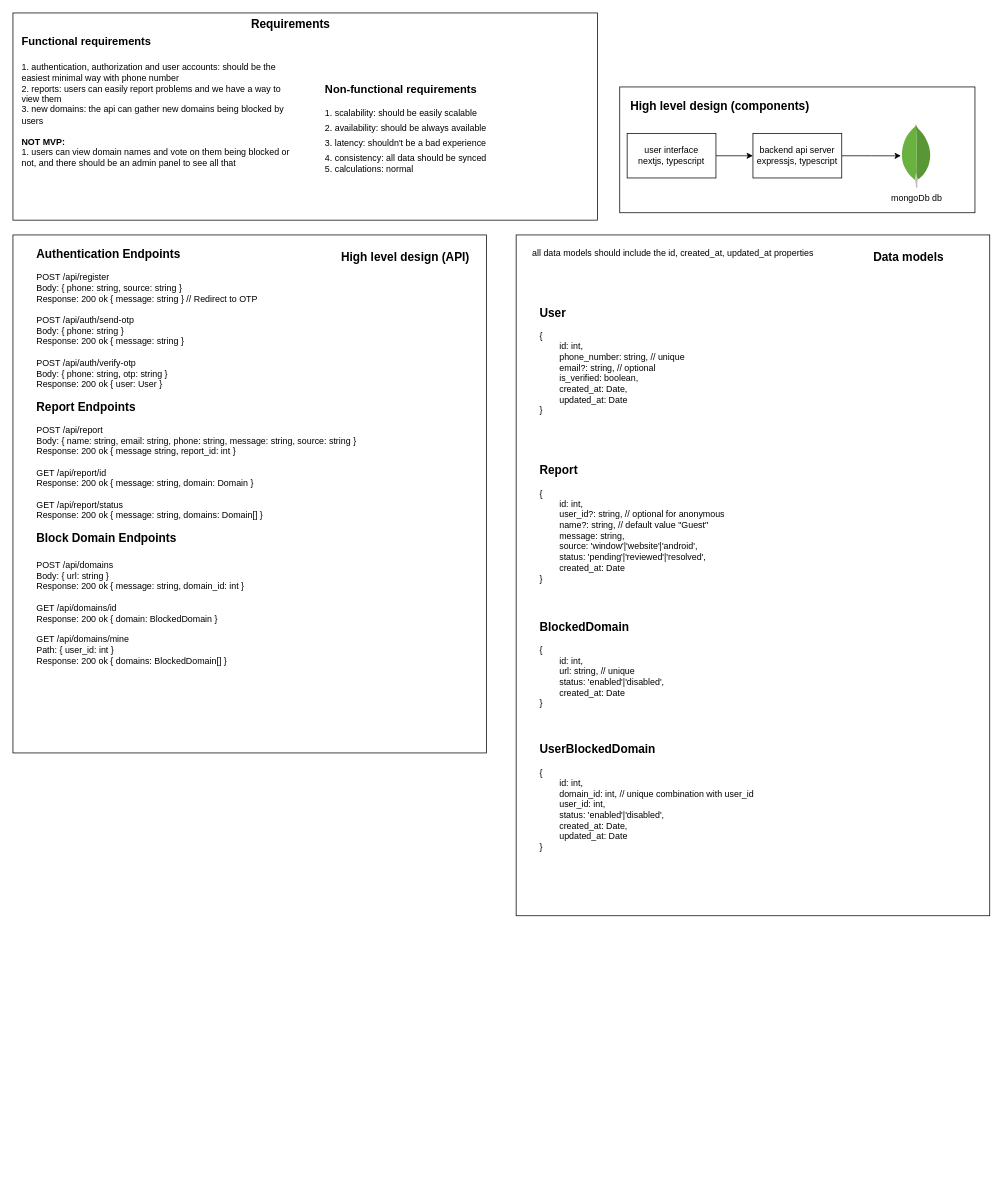
Above: page "high-level" (1 of 2) of ainaa.drawio in ahmed-elbehairy7/mafazaa-system-design (draw.io), before the change. Source tidied: cells renumbered, new cells numbered last; positions are measured from the earlier drawing's top-left corner, leaving out a move shared by most shapes. Both pictures are drawn from the tidied source at 74%, with x=0, y=0 at pixel (13, 13).
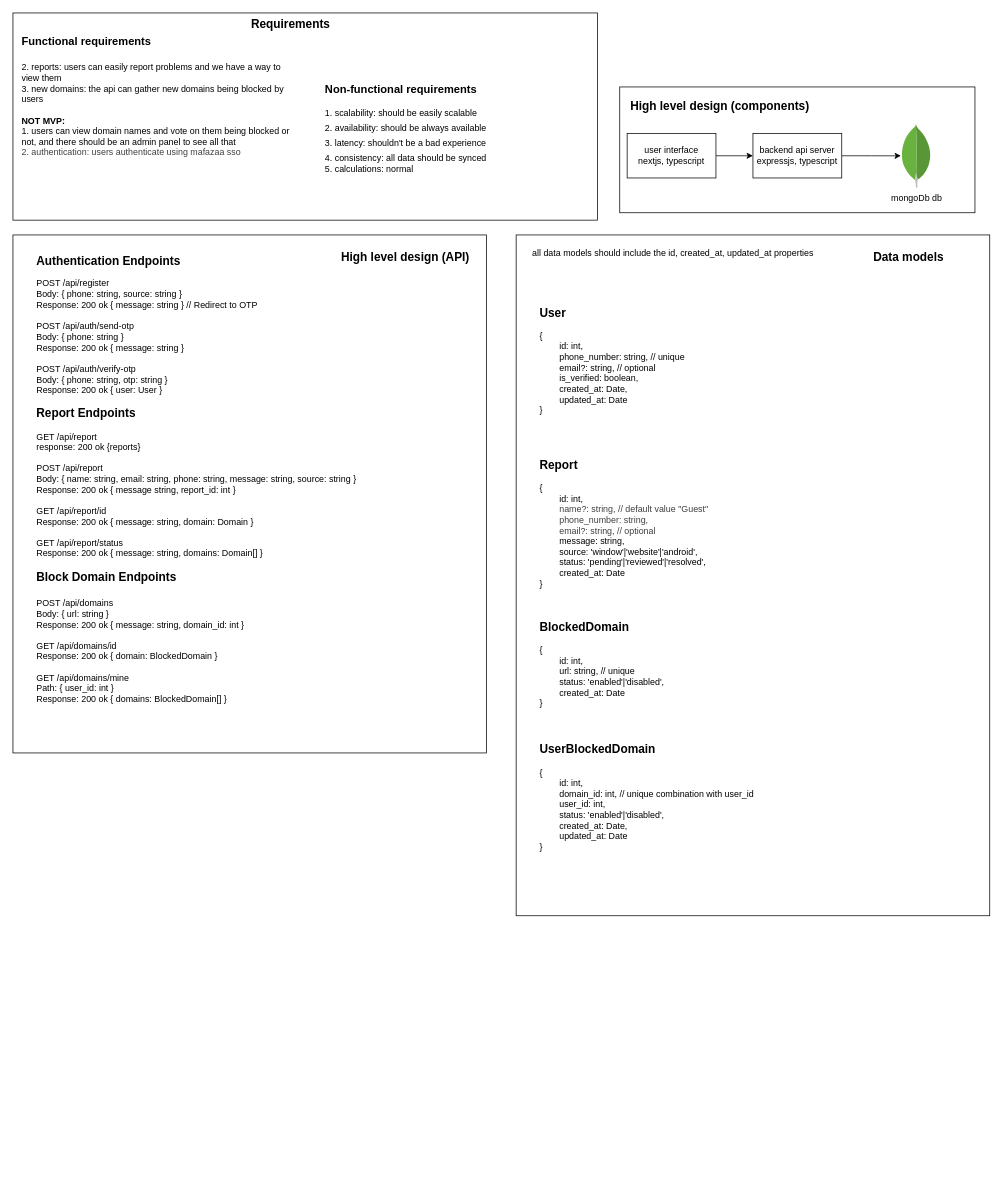
After the change.

The change refers to these unchanged cells:
```xml
<mxCell id="10" style="group;" parent="1" vertex="1">
  <mxGeometry y="300" width="640" height="700" as="geometry" />
</mxCell>
<mxCell id="14" style="group;" parent="1" vertex="1">
  <mxGeometry x="680" y="300" width="640" height="1290" as="geometry" />
</mxCell>
<mxCell id="22" style="group;" parent="1" vertex="1">
  <mxGeometry width="790" height="290" as="geometry" />
</mxCell>
```

The edit, as a diff of the source:
```diff
@@
-    <mxCell id="12" value="&lt;div style=&quot;font-size: 16px;&quot;&gt;&lt;b&gt;Authentication Endpoints&lt;/b&gt;&lt;/div&gt;&lt;div&gt;&lt;br&gt;&lt;/div&gt;&lt;div&gt;POST /api/register&lt;/div&gt;&lt;div&gt;Body: { phone: string, source: string }&lt;/div&gt;&lt;div&gt;Response: 200 ok { message: string }&amp;nbsp;&lt;span style=&quot;background-color: transparent; color: light-dark(rgb(0, 0, 0), rgb(255, 255, 255));&quot;&gt;// Redirect to OTP&lt;/span&gt;&lt;/div&gt;&lt;div&gt;&lt;span style=&quot;background-color: transparent; color: light-dark(rgb(0, 0, 0), rgb(255, 255, 255));&quot;&gt;&lt;br&gt;&lt;/span&gt;&lt;/div&gt;&lt;div&gt;POST /api/auth/send-otp&lt;/div&gt;&lt;div&gt;Body: { phone: string }&lt;/div&gt;&lt;div&gt;Response: 200 ok { message: string }&lt;/div&gt;&lt;div&gt;&lt;br&gt;&lt;/div&gt;&lt;div&gt;POST /api/auth/verify-otp&lt;/div&gt;&lt;div&gt;Body: { phone: string, otp: string }&lt;/div&gt;&lt;div&gt;R&lt;span style=&quot;background-color: transparent;&quot;&gt;esponse: 200 ok { user: User }&lt;/span&gt;&lt;/div&gt;&lt;div&gt;&lt;span style=&quot;background-color: transparent;&quot;&gt;&lt;br&gt;&lt;/span&gt;&lt;/div&gt;&lt;div style=&quot;font-size: 16px;&quot;&gt;&lt;b&gt;Report Endpoints&lt;/b&gt;&lt;/div&gt;&lt;br&gt;&lt;div&gt;POST /api/report&lt;/div&gt;&lt;div&gt;Body: { name: string, email: string, phone: string, message: string, source: string }&lt;/div&gt;&lt;div&gt;&lt;div&gt;Response: 200 ok { message string, report_id: int }&lt;/div&gt;&lt;/div&gt;&lt;div&gt;&lt;br&gt;&lt;/div&gt;&lt;div&gt;GET /api/report/id&lt;/div&gt;&lt;div&gt;&lt;div&gt;Response: 200 ok { message: string, domain: Domain }&lt;/div&gt;&lt;div&gt;&lt;br&gt;&lt;/div&gt;&lt;/div&gt;&lt;div&gt;&lt;div&gt;GET /api/report/status&lt;/div&gt;&lt;div&gt;Response: 200 ok { message: string, domains: Domain[] }&lt;/div&gt;&lt;/div&gt;&lt;div&gt;&lt;br&gt;&lt;/div&gt;&lt;div&gt;&lt;b style=&quot;font-size: 16px;&quot;&gt;Block Domain Endpoints&lt;/b&gt;&lt;/div&gt;&lt;div&gt;&lt;b style=&quot;font-size: 16px;&quot;&gt;&lt;br&gt;&lt;/b&gt;&lt;/div&gt;&lt;div&gt;POST /api/domains&lt;/div&gt;&lt;div&gt;&lt;span style=&quot;background-color: transparent; color: light-dark(rgb(0, 0, 0), rgb(255, 255, 255));&quot;&gt;Body: { url: string }&lt;/span&gt;&lt;/div&gt;&lt;div&gt;&lt;div&gt;Response: 200 ok { message: string, domain_id: int }&lt;/div&gt;&lt;div&gt;&lt;br&gt;&lt;/div&gt;&lt;/div&gt;&lt;div&gt;&lt;div&gt;GET /api/domains/id&lt;/div&gt;&lt;div&gt;&lt;/div&gt;&lt;div&gt;&lt;span style=&quot;background-color: transparent; color: light-dark(rgb(0, 0, 0), rgb(255, 255, 255));&quot;&gt;Response:&lt;/span&gt;&lt;span style=&quot;background-color: transparent; color: light-dark(rgb(0, 0, 0), rgb(255, 255, 255));&quot;&gt;&amp;nbsp;&lt;/span&gt;&lt;span style=&quot;background-color: transparent; color: light-dark(rgb(0, 0, 0), rgb(255, 255, 255));&quot;&gt;200 ok&lt;/span&gt;&lt;span style=&quot;background-color: transparent; color: light-dark(rgb(0, 0, 0), rgb(255, 255, 255));&quot;&gt;&amp;nbsp;{ domain: BlockedDomain }&lt;/span&gt;&lt;/div&gt;&lt;/div&gt;&lt;div&gt;&lt;br&gt;&lt;/div&gt;&lt;div&gt;GET /api/domains/mine&lt;/div&gt;&lt;div&gt;&lt;span style=&quot;background-color: transparent; color: light-dark(rgb(0, 0, 0), rgb(255, 255, 255));&quot;&gt;Path: { user_id: int }&lt;/span&gt;&lt;/div&gt;&lt;div&gt;&lt;/div&gt;&lt;div&gt;&lt;span style=&quot;background-color: transparent; color: light-dark(rgb(0, 0, 0), rgb(255, 255, 255));&quot;&gt;Response:&lt;/span&gt;&lt;span style=&quot;background-color: transparent; color: light-dark(rgb(0, 0, 0), rgb(255, 255, 255));&quot;&gt;&amp;nbsp;&lt;/span&gt;&lt;span style=&quot;background-color: transparent; color: light-dark(rgb(0, 0, 0), rgb(255, 255, 255));&quot;&gt;200 ok&lt;/span&gt;&lt;span style=&quot;background-color: transparent; color: light-dark(rgb(0, 0, 0), rgb(255, 255, 255));&quot;&gt;&amp;nbsp;{ domains: BlockedDomain[] }&lt;/span&gt;&lt;/div&gt;" style="text;html=1;align=left;verticalAlign=middle;strokeColor=none;fillColor=none;" parent="10" vertex="1">
-      <mxGeometry x="30" y="10" width="460" height="580" as="geometry" />
+    <mxCell id="12" value="&lt;div style=&quot;font-size: 16px;&quot;&gt;&lt;b&gt;Authentication Endpoints&lt;/b&gt;&lt;/div&gt;&lt;div&gt;&lt;br&gt;&lt;/div&gt;&lt;div&gt;POST /api/register&lt;/div&gt;&lt;div&gt;Body: { phone: string, source: string }&lt;/div&gt;&lt;div&gt;Response: 200 ok { message: string }&amp;nbsp;&lt;span style=&quot;background-color: transparent; color: light-dark(rgb(0, 0, 0), rgb(255, 255, 255));&quot;&gt;// Redirect to OTP&lt;/span&gt;&lt;/div&gt;&lt;div&gt;&lt;span style=&quot;background-color: transparent; color: light-dark(rgb(0, 0, 0), rgb(255, 255, 255));&quot;&gt;&lt;br&gt;&lt;/span&gt;&lt;/div&gt;&lt;div&gt;POST /api/auth/send-otp&lt;/div&gt;&lt;div&gt;Body: { phone: string }&lt;/div&gt;&lt;div&gt;Response: 200 ok { message: string }&lt;/div&gt;&lt;div&gt;&lt;br&gt;&lt;/div&gt;&lt;div&gt;POST /api/auth/verify-otp&lt;/div&gt;&lt;div&gt;Body: { phone: string, otp: string }&lt;/div&gt;&lt;div&gt;R&lt;span style=&quot;background-color: transparent;&quot;&gt;esponse: 200 ok { user: User }&lt;/span&gt;&lt;/div&gt;&lt;div&gt;&lt;span style=&quot;background-color: transparent;&quot;&gt;&lt;br&gt;&lt;/span&gt;&lt;/div&gt;&lt;div style=&quot;font-size: 16px;&quot;&gt;&lt;b&gt;Report Endpoints&lt;/b&gt;&lt;/div&gt;&lt;br&gt;GET /api/report&lt;br&gt;response: 200 ok {reports}&lt;br&gt;&lt;br&gt;&lt;div&gt;POST /api/report&lt;/div&gt;&lt;div&gt;Body: { name: string, email: string, phone: string, message: string, source: string }&lt;/div&gt;&lt;div&gt;&lt;div&gt;Response: 200 ok { message string, report_id: int }&lt;/div&gt;&lt;/div&gt;&lt;div&gt;&lt;br&gt;&lt;/div&gt;&lt;div&gt;GET /api/report/id&lt;/div&gt;&lt;div&gt;&lt;div&gt;Response: 200 ok { message: string, domain: Domain }&lt;/div&gt;&lt;div&gt;&lt;br&gt;&lt;/div&gt;&lt;/div&gt;&lt;div&gt;&lt;div&gt;GET /api/report/status&lt;/div&gt;&lt;div&gt;Response: 200 ok { message: string, domains: Domain[] }&lt;/div&gt;&lt;/div&gt;&lt;div&gt;&lt;br&gt;&lt;/div&gt;&lt;div&gt;&lt;b style=&quot;font-size: 16px;&quot;&gt;Block Domain Endpoints&lt;/b&gt;&lt;/div&gt;&lt;div&gt;&lt;b style=&quot;font-size: 16px;&quot;&gt;&lt;br&gt;&lt;/b&gt;&lt;/div&gt;&lt;div&gt;POST /api/domains&lt;/div&gt;&lt;div&gt;&lt;span style=&quot;background-color: transparent; color: light-dark(rgb(0, 0, 0), rgb(255, 255, 255));&quot;&gt;Body: { url: string }&lt;/span&gt;&lt;/div&gt;&lt;div&gt;&lt;div&gt;Response: 200 ok { message: string, domain_id: int }&lt;/div&gt;&lt;div&gt;&lt;br&gt;&lt;/div&gt;&lt;/div&gt;&lt;div&gt;&lt;div&gt;GET /api/domains/id&lt;/div&gt;&lt;div&gt;&lt;/div&gt;&lt;div&gt;&lt;span style=&quot;background-color: transparent; color: light-dark(rgb(0, 0, 0), rgb(255, 255, 255));&quot;&gt;Response:&lt;/span&gt;&lt;span style=&quot;background-color: transparent; color: light-dark(rgb(0, 0, 0), rgb(255, 255, 255));&quot;&gt;&amp;nbsp;&lt;/span&gt;&lt;span style=&quot;background-color: transparent; color: light-dark(rgb(0, 0, 0), rgb(255, 255, 255));&quot;&gt;200 ok&lt;/span&gt;&lt;span style=&quot;background-color: transparent; color: light-dark(rgb(0, 0, 0), rgb(255, 255, 255));&quot;&gt;&amp;nbsp;{ domain: BlockedDomain }&lt;/span&gt;&lt;/div&gt;&lt;/div&gt;&lt;div&gt;&lt;br&gt;&lt;/div&gt;&lt;div&gt;GET /api/domains/mine&lt;/div&gt;&lt;div&gt;&lt;span style=&quot;background-color: transparent; color: light-dark(rgb(0, 0, 0), rgb(255, 255, 255));&quot;&gt;Path: { user_id: int }&lt;/span&gt;&lt;/div&gt;&lt;div&gt;&lt;/div&gt;&lt;div&gt;&lt;span style=&quot;background-color: transparent; color: light-dark(rgb(0, 0, 0), rgb(255, 255, 255));&quot;&gt;Response:&lt;/span&gt;&lt;span style=&quot;background-color: transparent; color: light-dark(rgb(0, 0, 0), rgb(255, 255, 255));&quot;&gt;&amp;nbsp;&lt;/span&gt;&lt;span style=&quot;background-color: transparent; color: light-dark(rgb(0, 0, 0), rgb(255, 255, 255));&quot;&gt;200 ok&lt;/span&gt;&lt;span style=&quot;background-color: transparent; color: light-dark(rgb(0, 0, 0), rgb(255, 255, 255));&quot;&gt;&amp;nbsp;{ domains: BlockedDomain[] }&lt;/span&gt;&lt;/div&gt;" style="text;html=1;align=left;verticalAlign=middle;strokeColor=none;fillColor=none;" parent="10" vertex="1">
+      <mxGeometry x="30" y="20" width="460" height="620" as="geometry" />
     </mxCell>
@@
-    <mxCell id="19" value="&lt;div style=&quot;font-size: 16px;&quot;&gt;&lt;b&gt;Report&lt;/b&gt;&lt;/div&gt;&lt;br&gt;&lt;div&gt;{&lt;/div&gt;&lt;div&gt;&lt;span style=&quot;white-space: pre;&quot;&gt;&#9;&lt;/span&gt;id: int,&lt;/div&gt;&lt;div&gt;&lt;span style=&quot;white-space: pre;&quot;&gt;&#9;&lt;/span&gt;user_id?: string, // optional for anonymous&lt;/div&gt;&lt;div&gt;&lt;span style=&quot;white-space: pre;&quot;&gt;&#9;&lt;/span&gt;name?: string, // default value &quot;Guest&quot;&lt;/div&gt;&lt;div&gt;&lt;span style=&quot;white-space: pre;&quot;&gt;&#9;&lt;/span&gt;message: string,&lt;/div&gt;&lt;div&gt;&lt;span style=&quot;white-space: pre;&quot;&gt;&#9;&lt;/span&gt;source: 'window'|'website'|'android',&lt;/div&gt;&lt;div&gt;&lt;span style=&quot;white-space: pre;&quot;&gt;&#9;&lt;/span&gt;status: 'pending'|'reviewed'|'resolved',&lt;/div&gt;&lt;div&gt;&lt;span style=&quot;white-space: pre;&quot;&gt;&#9;&lt;/span&gt;created_at: Date&lt;/div&gt;&lt;div&gt;}&lt;/div&gt;" style="text;html=1;align=left;verticalAlign=middle;strokeColor=none;fillColor=none;" parent="14" vertex="1">
-      <mxGeometry x="30" y="310" width="270" height="160" as="geometry" />
+    <mxCell id="19" value="&lt;div style=&quot;font-size: 16px;&quot;&gt;&lt;b&gt;Report&lt;/b&gt;&lt;/div&gt;&lt;br&gt;&lt;div&gt;{&lt;/div&gt;&lt;div&gt;&lt;span style=&quot;white-space: pre;&quot;&gt;&#9;&lt;/span&gt;id: int,&lt;/div&gt;&lt;div&gt;&lt;span style=&quot;color: rgb(63, 63, 63); background-color: transparent; white-space-collapse: preserve;&quot;&gt;&#9;&lt;/span&gt;&lt;span style=&quot;color: rgb(63, 63, 63); background-color: transparent;&quot;&gt;name?: string, // default value &quot;Guest&quot;&lt;/span&gt;&lt;/div&gt;&lt;div&gt;&lt;div style=&quot;color: rgb(63, 63, 63); scrollbar-color: rgb(226, 226, 226) rgb(251, 251, 251);&quot;&gt;&lt;span style=&quot;color: rgb(63, 63, 63); scrollbar-color: rgb(226, 226, 226) rgb(251, 251, 251); white-space-collapse: preserve;&quot;&gt;&#9;&lt;/span&gt;phone_number: string,&lt;/div&gt;&lt;div style=&quot;color: rgb(63, 63, 63); scrollbar-color: rgb(226, 226, 226) rgb(251, 251, 251);&quot;&gt;&lt;span style=&quot;color: rgb(63, 63, 63); scrollbar-color: rgb(226, 226, 226) rgb(251, 251, 251); white-space-collapse: preserve;&quot;&gt;&#9;&lt;/span&gt;email?: string, // optional&lt;/div&gt;&lt;/div&gt;&lt;div&gt;&lt;span style=&quot;white-space: pre;&quot;&gt;&#9;&lt;/span&gt;message: string,&lt;/div&gt;&lt;div&gt;&lt;span style=&quot;white-space: pre;&quot;&gt;&#9;&lt;/span&gt;source: 'window'|'website'|'android',&lt;/div&gt;&lt;div&gt;&lt;span style=&quot;white-space: pre;&quot;&gt;&#9;&lt;/span&gt;status: 'pending'|'reviewed'|'resolved',&lt;/div&gt;&lt;div&gt;&lt;span style=&quot;white-space: pre;&quot;&gt;&#9;&lt;/span&gt;created_at: Date&lt;/div&gt;&lt;div&gt;}&lt;/div&gt;" style="text;html=1;align=left;verticalAlign=middle;strokeColor=none;fillColor=none;" parent="14" vertex="1">
+      <mxGeometry x="30" y="295" width="250" height="190" as="geometry" />
     </mxCell>
@@
-    <mxCell id="24" value="&lt;h1 style=&quot;margin-top: 0px;&quot;&gt;&lt;span style=&quot;background-color: transparent; color: light-dark(rgb(0, 0, 0), rgb(255, 255, 255));&quot;&gt;&lt;font style=&quot;&quot;&gt;&lt;span style=&quot;font-size: 15px;&quot;&gt;Functional requirements&lt;/span&gt;&lt;/font&gt;&lt;/span&gt;&lt;/h1&gt;&lt;h1 style=&quot;margin-top: 0px;&quot;&gt;&lt;/h1&gt;&lt;div&gt;&lt;span style=&quot;background-color: transparent; color: light-dark(rgb(0, 0, 0), rgb(255, 255, 255));&quot;&gt;&lt;font style=&quot;&quot;&gt;&lt;span style=&quot;font-size: 12px;&quot;&gt;1. authentication, authorization and user accounts: should be the easiest minimal way with phone number&lt;br&gt;2. reports: users can easily report problems and we have a way to view them&lt;br&gt;3. new domains: the api can gather new domains being blocked by users&lt;br&gt;&lt;br&gt;&lt;b&gt;NOT MVP:&lt;br&gt;&lt;/b&gt;1. users can view domain names and vote on them being blocked or not, and there should be an admin panel to see all that&lt;/span&gt;&lt;/font&gt;&lt;/span&gt;&lt;/div&gt;&lt;h1 style=&quot;margin-top: 0px; line-height: 100%;&quot;&gt;&lt;/h1&gt;" style="text;html=1;whiteSpace=wrap;overflow=hidden;rounded=0;" parent="22" vertex="1">
+    <mxCell id="24" value="&lt;h1 style=&quot;margin-top: 0px;&quot;&gt;&lt;span style=&quot;background-color: transparent; color: light-dark(rgb(0, 0, 0), rgb(255, 255, 255));&quot;&gt;&lt;font style=&quot;&quot;&gt;&lt;span style=&quot;font-size: 15px;&quot;&gt;Functional requirements&lt;/span&gt;&lt;/font&gt;&lt;/span&gt;&lt;/h1&gt;&lt;h1 style=&quot;margin-top: 0px;&quot;&gt;&lt;/h1&gt;&lt;div&gt;&lt;span style=&quot;background-color: transparent; color: light-dark(rgb(0, 0, 0), rgb(255, 255, 255));&quot;&gt;&lt;font style=&quot;&quot;&gt;&lt;span style=&quot;font-size: 12px;&quot;&gt;2. reports: users can easily report problems and we have a way to view them&lt;br&gt;3. new domains: the api can gather new domains being blocked by users&lt;br&gt;&lt;br&gt;&lt;b&gt;NOT MVP:&lt;br&gt;&lt;/b&gt;1. users can view domain names and vote on them being blocked or not, and there should be an admin panel to see all that&lt;br&gt;&lt;/span&gt;&lt;/font&gt;&lt;/span&gt;&lt;span style=&quot;color: rgb(63, 63, 63);&quot;&gt;2. authentication: users authenticate using mafazaa sso&lt;/span&gt;&lt;br style=&quot;color: rgb(63, 63, 63); scrollbar-color: rgb(226, 226, 226) rgb(251, 251, 251);&quot;&gt;&lt;/div&gt;&lt;h1 style=&quot;margin-top: 0px; line-height: 100%;&quot;&gt;&lt;/h1&gt;" style="text;html=1;whiteSpace=wrap;overflow=hidden;rounded=0;" parent="22" vertex="1">
       <mxGeometry x="10" y="15" width="370" height="260" as="geometry" />
     </mxCell>
```
